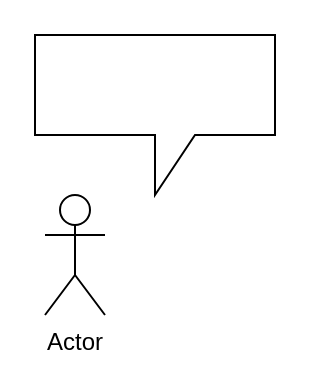
Before: page "UseCases" (2 of 2) of docs/modeloDominio.drawio in Void-CA/restaurant, a draw.io diagram. Source tidied: cells renumbered, new cells numbered last; positions are measured from the earlier drawing's top-left corner, leaving out a move shared by most shapes. Both pictures are drawn from the tidied source at 200%, with x=0, y=0 at pixel (34, 34).
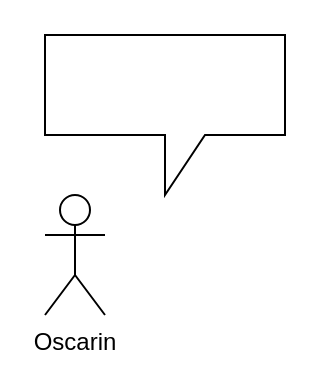
The same page after the edit.

What changed in the source:
```diff
@@
 <mxGraphModel>
   <root>
     <mxCell id="0" />
     <mxCell id="1" parent="0" />
     <mxCell id="2" style="shape=callout;whiteSpace=wrap;html=1;perimeter=calloutPerimeter;" parent="1" vertex="1">
-      <mxGeometry width="120" height="80" as="geometry" />
+      <mxGeometry x="5" width="120" height="80" as="geometry" />
     </mxCell>
-    <mxCell id="3" value="Actor" style="shape=umlActor;verticalLabelPosition=bottom;verticalAlign=top;html=1;" parent="1" vertex="1">
+    <mxCell id="3" value="Oscarin" style="shape=umlActor;verticalLabelPosition=bottom;verticalAlign=top;html=1;" parent="1" vertex="1">
       <mxGeometry x="5" y="80" width="30" height="60" as="geometry" />
     </mxCell>
   </root>
 </mxGraphModel>
```
